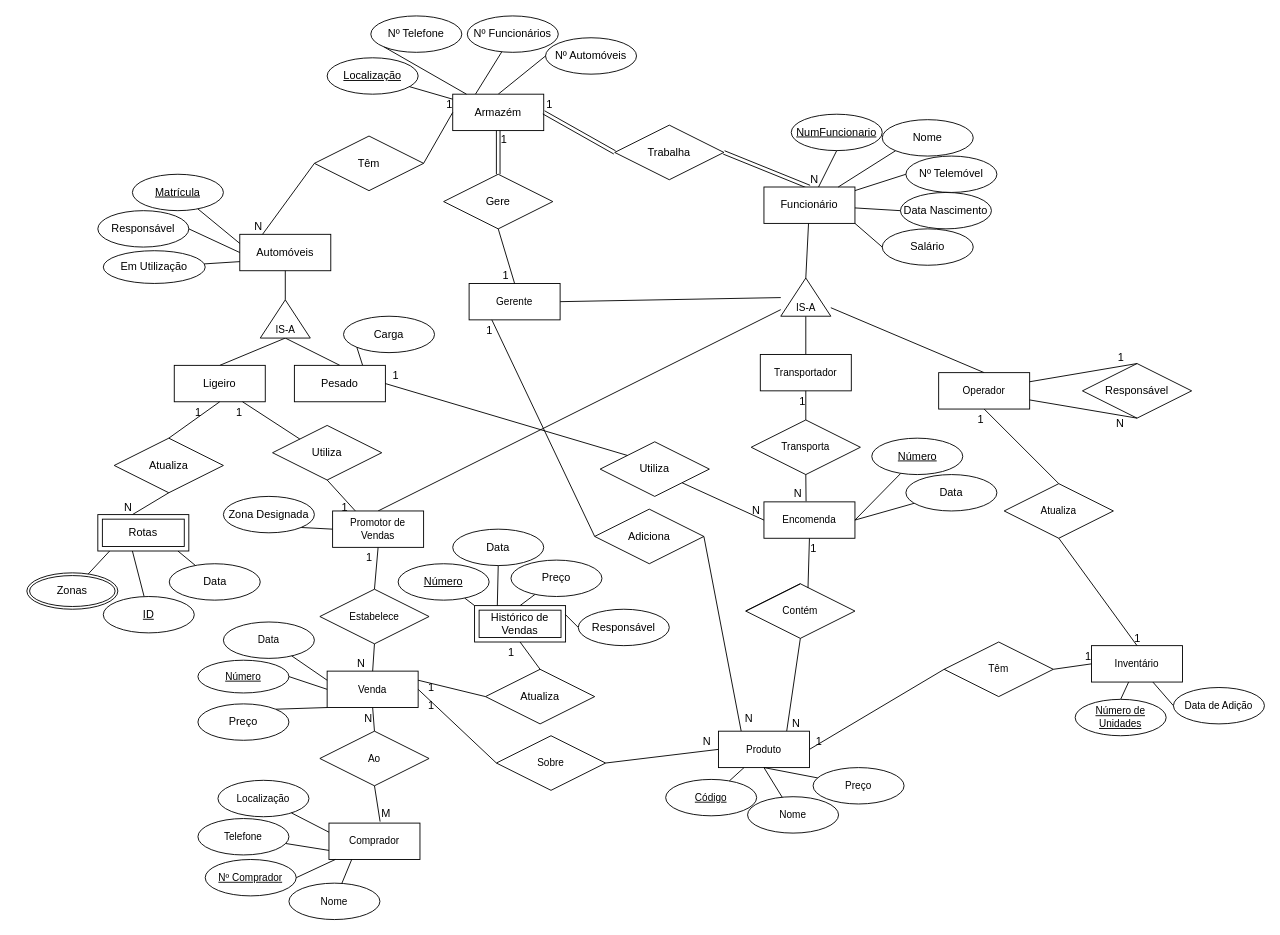
This is bebidis.drawio from dot-1q/bd-bebidis, a draw.io file, before an edit. Source tidied: cells renumbered, new cells numbered last; positions are measured from the earlier drawing's top-left corner, leaving out a move shared by most shapes. Both pictures are drawn from the tidied source at 91%, with x=0, y=0 at pixel (26, 15).
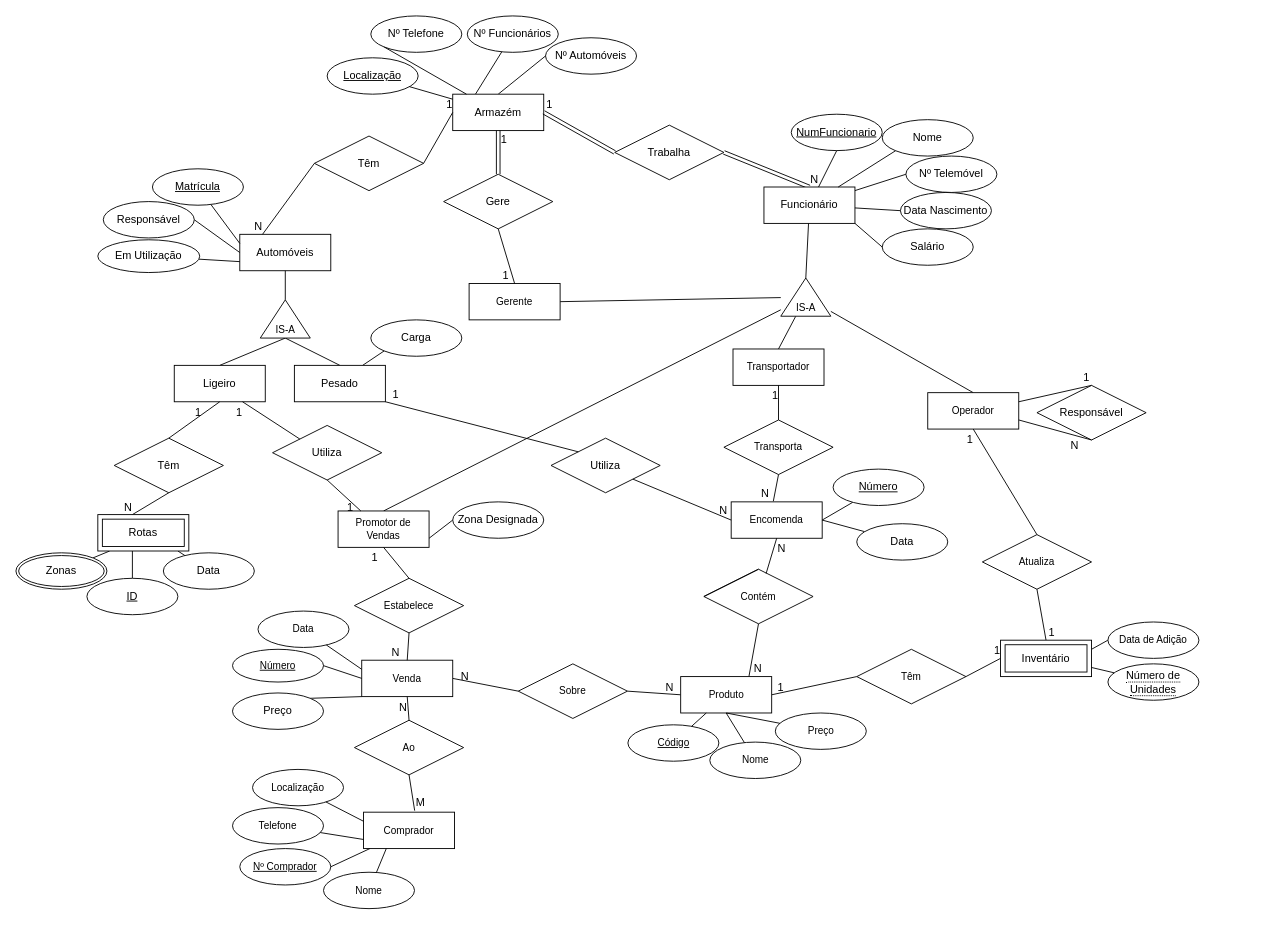
Above is the later version.

The change refers to these unchanged cells:
```xml
<mxCell id="38" value="&lt;div&gt;Gerente&lt;/div&gt;" style="whiteSpace=wrap;html=1;align=center;fontSize=11;" parent="1" vertex="1">
  <mxGeometry x="486" y="294" width="100" height="40" as="geometry" />
</mxCell>
<mxCell id="49" style="endArrow=none;html=1;rounded=0;fontSize=11;entryX=1;entryY=0.5;entryDx=0;entryDy=0;exitX=0;exitY=0.5;exitDx=0;exitDy=0;" parent="1" edge="1" source="48" target="132">
  <mxGeometry x="6" y="684" as="geometry" />
</mxCell>
<mxCell id="63" style="endArrow=none;html=1;rounded=0;fontSize=11;exitX=0.5;exitY=1;exitDx=0;exitDy=0;entryX=0.5;entryY=0;entryDx=0;entryDy=0;" parent="1" edge="1" source="47" target="56">
  <mxGeometry relative="1" as="geometry" />
</mxCell>
<mxCell id="73" style="endArrow=none;html=1;rounded=0;fontSize=11;entryX=0.5;entryY=1;entryDx=0;entryDy=0;exitX=0.57;exitY=0.078;exitDx=0;exitDy=0;exitPerimeter=0;" parent="1" edge="1" source="72" target="69">
  <mxGeometry relative="1" as="geometry" />
</mxCell>
<mxCell id="103" value="Pesado" style="whiteSpace=wrap;html=1;align=center;" parent="1" vertex="1">
  <mxGeometry x="294" y="384" width="100" height="40" as="geometry" />
</mxCell>
<mxCell id="132" value="Venda" style="whiteSpace=wrap;html=1;align=center;fontSize=11;" parent="127" vertex="1">
  <mxGeometry x="134" y="90" width="100" height="40" as="geometry" />
</mxCell>
<mxCell id="153" value="Produto" style="whiteSpace=wrap;html=1;align=center;fontSize=11;" parent="152" vertex="1">
  <mxGeometry x="40" width="100" height="40" as="geometry" />
</mxCell>
<mxCell id="162" style="endArrow=none;html=1;rounded=0;exitX=0.5;exitY=0;exitDx=0;exitDy=0;entryX=1;entryY=0.25;entryDx=0;entryDy=0;" parent="1" edge="1" source="161" target="41">
  <mxGeometry relative="1" as="geometry" />
</mxCell>
```

The edit, as a diff of the source:
```diff
@@
     <mxCell id="39" value="&lt;div&gt;Promotor de Vendas&lt;/div&gt;" style="whiteSpace=wrap;html=1;align=center;fontSize=11;" parent="1" vertex="1">
-      <mxGeometry x="336" y="544" width="100" height="40" as="geometry" />
+      <mxGeometry x="342" y="544" width="100" height="40" as="geometry" />
     </mxCell>
     <mxCell id="40" value="Transportador" style="whiteSpace=wrap;html=1;align=center;fontSize=11;" parent="1" vertex="1">
-      <mxGeometry x="806" y="372" width="100" height="40" as="geometry" />
+      <mxGeometry x="776" y="366" width="100" height="40" as="geometry" />
     </mxCell>
     <mxCell id="41" value="Operador" style="whiteSpace=wrap;html=1;align=center;fontSize=11;" parent="1" vertex="1">
-      <mxGeometry x="1002" y="392" width="100" height="40" as="geometry" />
+      <mxGeometry x="990" y="414" width="100" height="40" as="geometry" />
     </mxCell>
@@
     <mxCell id="46" value="Transporta" style="shape=rhombus;perimeter=rhombusPerimeter;whiteSpace=wrap;html=1;align=center;fontSize=11;" parent="1" vertex="1">
-      <mxGeometry x="796" y="444" width="120" height="60" as="geometry" />
+      <mxGeometry x="766" y="444" width="120" height="60" as="geometry" />
     </mxCell>
     <mxCell id="47" value="Atualiza" style="shape=rhombus;perimeter=rhombusPerimeter;whiteSpace=wrap;html=1;align=center;fontSize=11;" parent="1" vertex="1">
-      <mxGeometry x="1074" y="514" width="120" height="60" as="geometry" />
+      <mxGeometry x="1050" y="570" width="120" height="60" as="geometry" />
     </mxCell>
     <mxCell id="48" value="Sobre" style="shape=rhombus;perimeter=rhombusPerimeter;whiteSpace=wrap;html=1;align=center;fontSize=11;" parent="1" vertex="1">
-      <mxGeometry x="516" y="791" width="120" height="60" as="geometry" />
+      <mxGeometry x="540" y="712" width="120" height="60" as="geometry" />
     </mxCell>
@@
-    <mxCell id="50" value="1" style="html=1;align=right;verticalAlign=bottom;" parent="49" vertex="1">
+    <mxCell id="50" value="N" style="html=1;align=right;verticalAlign=bottom;" parent="49" vertex="1">
       <mxGeometry x="1" relative="1" as="geometry">
         <mxPoint x="18" y="6" as="offset" />
       </mxGeometry>
     </mxCell>
@@
     <mxCell id="53" value="Têm" style="shape=rhombus;perimeter=rhombusPerimeter;whiteSpace=wrap;html=1;align=center;fontSize=11;" parent="1" vertex="1">
-      <mxGeometry x="1008" y="688" width="120" height="60" as="geometry" />
+      <mxGeometry x="912" y="696" width="120" height="60" as="geometry" />
     </mxCell>
-    <mxCell id="54" style="edgeStyle=none;rounded=0;jettySize=auto;html=1;entryX=0.5;entryY=0;entryDx=0;entryDy=0;fontSize=11;endArrow=none;endFill=0;" parent="1" edge="1" source="56" target="65">
-      <mxGeometry relative="1" as="geometry" />
-    </mxCell>
-    <mxCell id="55" style="edgeStyle=none;rounded=0;jettySize=auto;html=1;entryX=0;entryY=0.5;entryDx=0;entryDy=0;fontSize=11;endArrow=none;endFill=0;" parent="1" edge="1" source="56" target="66">
+    <mxCell id="55" style="rounded=0;jettySize=auto;html=1;exitX=1;exitY=0.25;exitDx=0;exitDy=0;entryX=0;entryY=0.5;entryDx=0;entryDy=0;endArrow=none;endFill=0;" parent="1" edge="1" source="56" target="66">
       <mxGeometry relative="1" as="geometry" />
     </mxCell>
-    <mxCell id="56" value="Inventário" style="whiteSpace=wrap;html=1;align=center;fontSize=11;" parent="1" vertex="1">
-      <mxGeometry x="1170" y="692" width="100" height="40" as="geometry" />
-    </mxCell>
@@
     <mxCell id="64" value="1" style="html=1;align=right;verticalAlign=bottom;" parent="63" vertex="1">
       <mxGeometry x="1" relative="1" as="geometry">
-        <mxPoint x="4" as="offset" />
+        <mxPoint x="10" as="offset" />
       </mxGeometry>
     </mxCell>
-    <mxCell id="65" value="Número de Unidades" style="ellipse;whiteSpace=wrap;html=1;align=center;fontStyle=4;fontSize=11;" parent="1" vertex="1">
-      <mxGeometry x="1152" y="751" width="100" height="40" as="geometry" />
-    </mxCell>
-    <mxCell id="66" value="Data de Adição" style="ellipse;whiteSpace=wrap;html=1;align=center;fontSize=11;" parent="1" vertex="1">
-      <mxGeometry x="1260" y="738" width="100" height="40" as="geometry" />
-    </mxCell>
@@
     <mxCell id="69" value="Encomenda" style="whiteSpace=wrap;html=1;align=center;fontSize=11;" parent="1" vertex="1">
-      <mxGeometry x="810" y="534" width="100" height="40" as="geometry" />
+      <mxGeometry x="774" y="534" width="100" height="40" as="geometry" />
     </mxCell>
@@
     <mxCell id="72" value="Contém" style="shape=rhombus;perimeter=rhombusPerimeter;whiteSpace=wrap;html=1;align=center;fontSize=11;" parent="1" vertex="1">
-      <mxGeometry x="790" y="624" width="120" height="60" as="geometry" />
+      <mxGeometry x="744" y="608" width="120" height="60" as="geometry" />
     </mxCell>
@@
-    <mxCell id="74" value="1" style="html=1;align=right;verticalAlign=bottom;" parent="73" vertex="1">
+    <mxCell id="74" value="N" style="html=1;align=right;verticalAlign=bottom;" parent="73" vertex="1">
       <mxGeometry x="1" relative="1" as="geometry">
-        <mxPoint x="8" y="20" as="offset" />
+        <mxPoint x="10" y="20" as="offset" />
       </mxGeometry>
     </mxCell>
@@
     <mxCell id="78" value="Número" style="ellipse;whiteSpace=wrap;html=1;align=center;fontStyle=4;" parent="1" vertex="1">
-      <mxGeometry x="928.5" y="464" width="100" height="40" as="geometry" />
+      <mxGeometry x="886" y="498" width="100" height="40" as="geometry" />
     </mxCell>
@@
     <mxCell id="80" value="Data" style="ellipse;whiteSpace=wrap;html=1;align=center;" parent="1" vertex="1">
-      <mxGeometry x="966" y="504" width="100" height="40" as="geometry" />
+      <mxGeometry x="912" y="558" width="100" height="40" as="geometry" />
     </mxCell>
-    <mxCell id="81" value="Adiciona" style="shape=rhombus;perimeter=rhombusPerimeter;whiteSpace=wrap;html=1;align=center;" parent="1" vertex="1">
-      <mxGeometry x="624" y="542" width="120" height="60" as="geometry" />
-    </mxCell>
-    <mxCell id="82" style="endArrow=none;html=1;rounded=0;exitX=1;exitY=0.5;exitDx=0;exitDy=0;entryX=0.25;entryY=0;entryDx=0;entryDy=0;" parent="1" edge="1" source="81" target="153">
-      <mxGeometry relative="1" as="geometry" />
-    </mxCell>
-    <mxCell id="83" value="N" style="html=1;align=right;verticalAlign=bottom;" parent="82" vertex="1">
-      <mxGeometry x="1" relative="1" as="geometry">
-        <mxPoint x="13" y="-6" as="offset" />
-      </mxGeometry>
-    </mxCell>
-    <mxCell id="84" style="endArrow=none;html=1;rounded=0;exitX=0;exitY=0.5;exitDx=0;exitDy=0;entryX=0.25;entryY=1;entryDx=0;entryDy=0;" parent="1" edge="1" source="81" target="38">
-      <mxGeometry relative="1" as="geometry" />
-    </mxCell>
-    <mxCell id="85" value="1" style="html=1;align=right;verticalAlign=bottom;" parent="84" vertex="1">
-      <mxGeometry x="1" relative="1" as="geometry">
-        <mxPoint x="1" y="20" as="offset" />
-      </mxGeometry>
-    </mxCell>
@@
     <mxCell id="93" value="Matrícula" style="ellipse;whiteSpace=wrap;html=1;align=center;fontStyle=4;" parent="1" vertex="1">
-      <mxGeometry x="116" y="174" width="100" height="40" as="geometry" />
+      <mxGeometry x="138" y="168" width="100" height="40" as="geometry" />
     </mxCell>
@@
-    <mxCell id="95" value="Responsável" style="ellipse;whiteSpace=wrap;html=1;align=center;" parent="1" vertex="1">
-      <mxGeometry x="78" y="214" width="100" height="40" as="geometry" />
+    <mxCell id="95" value="Responsável" style="ellipse;whiteSpace=wrap;html=1;align=center;fontStyle=0;" parent="1" vertex="1">
+      <mxGeometry x="84" y="204" width="100" height="40" as="geometry" />
     </mxCell>
     <mxCell id="96" value="Carga" style="ellipse;whiteSpace=wrap;html=1;align=center;" parent="1" vertex="1">
-      <mxGeometry x="348" y="330" width="100" height="40" as="geometry" />
+      <mxGeometry x="378" y="334" width="100" height="40" as="geometry" />
     </mxCell>
@@
     <mxCell id="104" value="Utiliza" style="shape=rhombus;perimeter=rhombusPerimeter;whiteSpace=wrap;html=1;align=center;" parent="1" vertex="1">
-      <mxGeometry x="630" y="468" width="120" height="60" as="geometry" />
+      <mxGeometry x="576" y="464" width="120" height="60" as="geometry" />
     </mxCell>
-    <mxCell id="105" style="endArrow=none;html=1;rounded=0;entryX=1;entryY=0.5;entryDx=0;entryDy=0;exitX=0;exitY=0;exitDx=0;exitDy=0;" parent="1" edge="1" source="104" target="103">
+    <mxCell id="105" style="endArrow=none;html=1;rounded=0;entryX=1;entryY=1;entryDx=0;entryDy=0;exitX=0;exitY=0;exitDx=0;exitDy=0;" parent="1" edge="1" source="104" target="103">
       <mxGeometry relative="1" as="geometry" />
     </mxCell>
@@
-    <mxCell id="109" value="Atualiza" style="shape=rhombus;perimeter=rhombusPerimeter;whiteSpace=wrap;html=1;align=center;" parent="1" vertex="1">
+    <mxCell id="109" value="Têm" style="shape=rhombus;perimeter=rhombusPerimeter;whiteSpace=wrap;html=1;align=center;" parent="1" vertex="1">
       <mxGeometry x="96" y="464" width="120" height="60" as="geometry" />
     </mxCell>
@@
     <mxCell id="115" value="Zonas" style="ellipse;shape=doubleEllipse;margin=3;whiteSpace=wrap;html=1;align=center;" parent="1" vertex="1">
-      <mxGeometry y="612" width="100" height="40" as="geometry" />
+      <mxGeometry x="-12" y="590" width="100" height="40" as="geometry" />
     </mxCell>
@@
     <mxCell id="117" value="ID" style="ellipse;whiteSpace=wrap;html=1;align=center;fontStyle=4;" parent="1" vertex="1">
-      <mxGeometry x="84" y="638" width="100" height="40" as="geometry" />
+      <mxGeometry x="66" y="618" width="100" height="40" as="geometry" />
     </mxCell>
@@
     <mxCell id="119" value="Data" style="ellipse;whiteSpace=wrap;html=1;align=center;" parent="1" vertex="1">
-      <mxGeometry x="156.5" y="602" width="100" height="40" as="geometry" />
+      <mxGeometry x="150" y="590" width="100" height="40" as="geometry" />
     </mxCell>
@@
     <mxCell id="121" value="Em Utilização" style="ellipse;whiteSpace=wrap;html=1;align=center;" parent="1" vertex="1">
-      <mxGeometry x="84" y="258" width="112" height="36" as="geometry" />
+      <mxGeometry x="78" y="246" width="112" height="36" as="geometry" />
     </mxCell>
@@
     <mxCell id="127" style="group;" parent="1" vertex="1">
-      <mxGeometry x="196" y="630" width="246" height="363" as="geometry" />
+      <mxGeometry x="234" y="618" width="246" height="363" as="geometry" />
     </mxCell>
@@
     <mxCell id="152" style="group;" parent="1" vertex="1">
-      <mxGeometry x="720" y="786" width="240" height="133" as="geometry" />
+      <mxGeometry x="678.5" y="726" width="240" height="133" as="geometry" />
     </mxCell>
@@
     <mxCell id="161" value="Responsável" style="shape=rhombus;perimeter=rhombusPerimeter;whiteSpace=wrap;html=1;align=center;" parent="1" vertex="1">
-      <mxGeometry x="1160" y="382" width="120" height="60" as="geometry" />
+      <mxGeometry x="1110" y="406" width="120" height="60" as="geometry" />
     </mxCell>
@@
     <mxCell id="163" value="1" style="html=1;align=right;verticalAlign=bottom;" parent="162" vertex="1">
       <mxGeometry x="1" relative="1" as="geometry">
-        <mxPoint x="104" y="-18" as="offset" />
+        <mxPoint x="78" y="-18" as="offset" />
       </mxGeometry>
     </mxCell>
@@
-    <mxCell id="167" value="Histórico de Vendas" style="shape=ext;margin=3;double=1;whiteSpace=wrap;html=1;align=center;" parent="1" vertex="1">
-      <mxGeometry x="492" y="648" width="100" height="40" as="geometry" />
-    </mxCell>
-    <mxCell id="168" value="Atualiza" style="shape=rhombus;perimeter=rhombusPerimeter;whiteSpace=wrap;html=1;align=center;" parent="1" vertex="1">
-      <mxGeometry x="504" y="718" width="120" height="60" as="geometry" />
-    </mxCell>
-    <mxCell id="169" style="endArrow=none;html=1;rounded=0;exitX=0.5;exitY=0;exitDx=0;exitDy=0;entryX=0.5;entryY=1;entryDx=0;entryDy=0;" parent="1" edge="1" source="168" target="167">
-      <mxGeometry relative="1" as="geometry" />
-    </mxCell>
-    <mxCell id="170" value="1" style="html=1;align=right;verticalAlign=bottom;" parent="169" vertex="1">
-      <mxGeometry x="1" relative="1" as="geometry">
-        <mxPoint x="-6" y="20" as="offset" />
-      </mxGeometry>
-    </mxCell>
-    <mxCell id="171" style="endArrow=none;html=1;rounded=0;exitX=1;exitY=0.25;exitDx=0;exitDy=0;entryX=0;entryY=0.5;entryDx=0;entryDy=0;" parent="1" edge="1" source="132" target="168">
-      <mxGeometry relative="1" as="geometry" />
-    </mxCell>
-    <mxCell id="172" value="1" style="html=1;align=right;verticalAlign=bottom;" parent="171" vertex="1">
-      <mxGeometry x="1" relative="1" as="geometry">
-        <mxPoint x="-56" y="18" as="offset" />
-      </mxGeometry>
-    </mxCell>
-    <mxCell id="173" style="edgeStyle=none;rounded=0;jettySize=auto;html=1;exitX=0.5;exitY=1;exitDx=0;exitDy=0;entryX=0.25;entryY=0;entryDx=0;entryDy=0;endArrow=none;endFill=0;" parent="1" edge="1" source="174" target="167">
-      <mxGeometry relative="1" as="geometry" />
-    </mxCell>
-    <mxCell id="174" value="Data" style="ellipse;whiteSpace=wrap;html=1;align=center;" parent="1" vertex="1">
-      <mxGeometry x="468" y="564" width="100" height="40" as="geometry" />
-    </mxCell>
-    <mxCell id="175" style="edgeStyle=none;rounded=0;jettySize=auto;html=1;entryX=0.5;entryY=0;entryDx=0;entryDy=0;endArrow=none;endFill=0;" parent="1" edge="1" source="176" target="167">
-      <mxGeometry relative="1" as="geometry" />
-    </mxCell>
-    <mxCell id="176" value="Preço" style="ellipse;whiteSpace=wrap;html=1;align=center;" parent="1" vertex="1">
-      <mxGeometry x="532" y="598" width="100" height="40" as="geometry" />
-    </mxCell>
-    <mxCell id="177" style="edgeStyle=none;rounded=0;jettySize=auto;html=1;entryX=0;entryY=0;entryDx=0;entryDy=0;endArrow=none;endFill=0;" parent="1" edge="1" source="178" target="167">
-      <mxGeometry relative="1" as="geometry" />
-    </mxCell>
-    <mxCell id="178" value="Número" style="ellipse;whiteSpace=wrap;html=1;align=center;fontStyle=4;" parent="1" vertex="1">
-      <mxGeometry x="408" y="602" width="100" height="40" as="geometry" />
-    </mxCell>
-    <mxCell id="179" style="edgeStyle=none;rounded=0;jettySize=auto;html=1;exitX=0;exitY=0.5;exitDx=0;exitDy=0;entryX=1;entryY=0.25;entryDx=0;entryDy=0;endArrow=none;endFill=0;" parent="1" edge="1" source="180" target="167">
-      <mxGeometry relative="1" as="geometry" />
-    </mxCell>
-    <mxCell id="180" value="Responsável" style="ellipse;whiteSpace=wrap;html=1;align=center;" parent="1" vertex="1">
-      <mxGeometry x="606" y="652" width="100" height="40" as="geometry" />
-    </mxCell>
-    <mxCell id="181" style="edgeStyle=none;rounded=0;orthogonalLoop=1;jettySize=auto;html=1;exitX=0.5;exitY=1;exitDx=0;exitDy=0;endArrow=none;endFill=0;" parent="1" edge="1" source="180" target="180">
-      <mxGeometry relative="1" as="geometry" />
+    <mxCell id="181" style="edgeStyle=none;rounded=0;orthogonalLoop=1;jettySize=auto;html=1;exitX=0.5;exitY=1;exitDx=0;exitDy=0;endArrow=none;endFill=0;" parent="1" edge="1">
+      <mxGeometry relative="1" as="geometry">
+        <mxPoint x="662" y="678" as="sourcePoint" />
+        <mxPoint x="662" y="678" as="targetPoint" />
+      </mxGeometry>
     </mxCell>
-    <mxCell id="182" style="edgeStyle=none;rounded=0;jettySize=auto;html=1;exitX=1;exitY=1;exitDx=0;exitDy=0;entryX=0;entryY=0.5;entryDx=0;entryDy=0;endArrow=none;endFill=0;" parent="1" edge="1" source="183" target="39">
+    <mxCell id="182" style="edgeStyle=none;rounded=0;jettySize=auto;html=1;exitX=0;exitY=0.5;exitDx=0;exitDy=0;entryX=1;entryY=0.75;entryDx=0;entryDy=0;endArrow=none;endFill=0;" parent="1" edge="1" source="183" target="39">
       <mxGeometry relative="1" as="geometry" />
     </mxCell>
     <mxCell id="183" value="Zona Designada" style="ellipse;whiteSpace=wrap;html=1;align=center;" parent="1" vertex="1">
-      <mxGeometry x="216" y="528" width="100" height="40" as="geometry" />
+      <mxGeometry x="468" y="534" width="100" height="40" as="geometry" />
     </mxCell>
+    <mxCell id="66" value="Data de Adição" style="ellipse;whiteSpace=wrap;html=1;align=center;fontSize=11;" parent="1" vertex="1">
+      <mxGeometry x="1188" y="666" width="100" height="40" as="geometry" />
+    </mxCell>
+    <mxCell id="56" value="Inventário" style="shape=ext;margin=3;double=1;whiteSpace=wrap;html=1;align=center;" parent="1" vertex="1">
+      <mxGeometry x="1070" y="686" width="100" height="40" as="geometry" />
+    </mxCell>
+    <mxCell id="184" style="rounded=0;jettySize=auto;html=1;entryX=1;entryY=0.75;entryDx=0;entryDy=0;endArrow=none;endFill=0;" parent="1" edge="1" source="65" target="56">
+      <mxGeometry relative="1" as="geometry" />
+    </mxCell>
+    <mxCell id="65" value="&lt;span style=&quot;border-bottom: 1px dotted&quot;&gt;Número de Unidades&lt;/span&gt;" style="ellipse;whiteSpace=wrap;html=1;align=center;" parent="1" vertex="1">
+      <mxGeometry x="1188" y="712" width="100" height="40" as="geometry" />
+    </mxCell>
```
